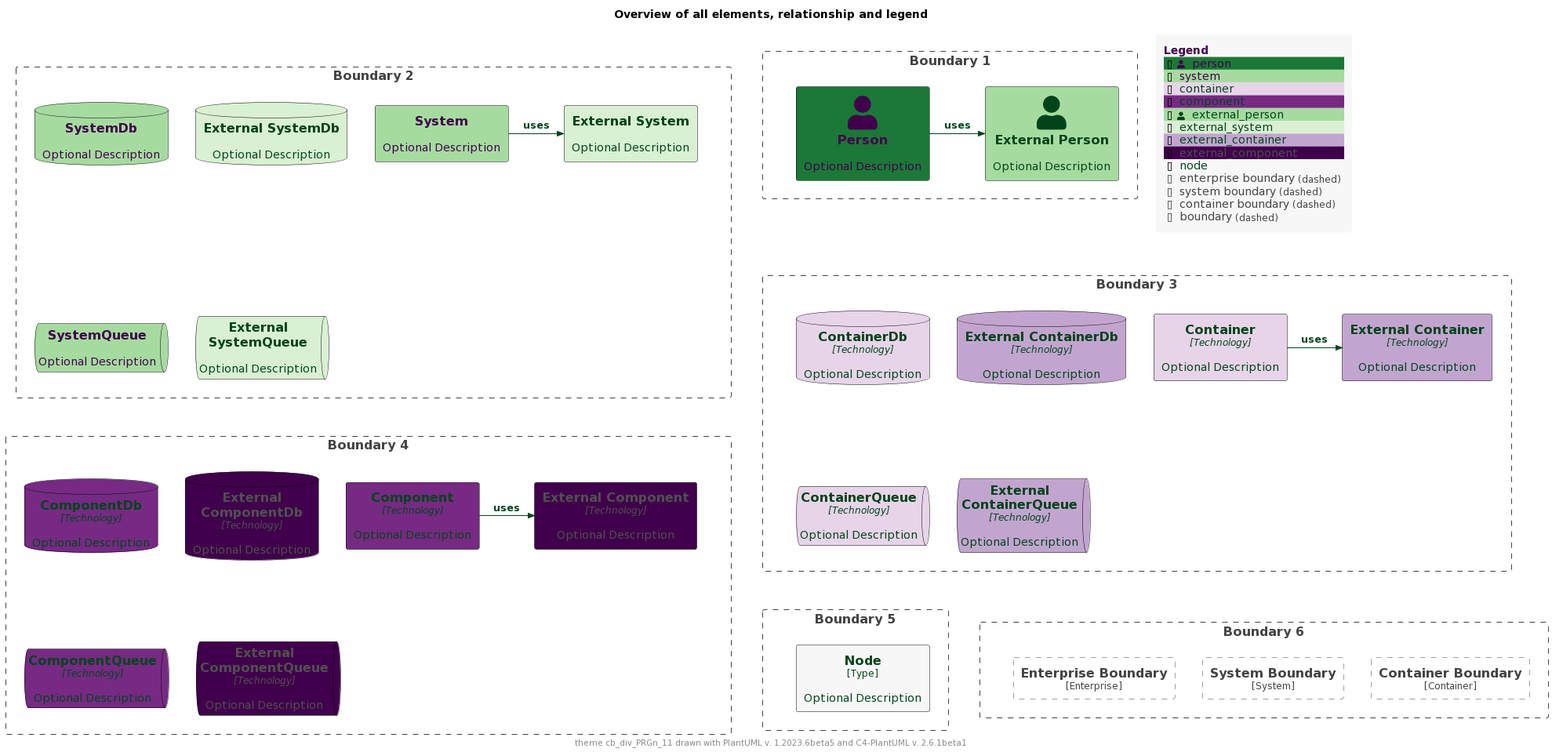
This is palettes/puml-theme-cb_div_PRGn_11-example.png from mweagle/C4-PlantUML-Themes, a PlantUML export, as it was before one commit.
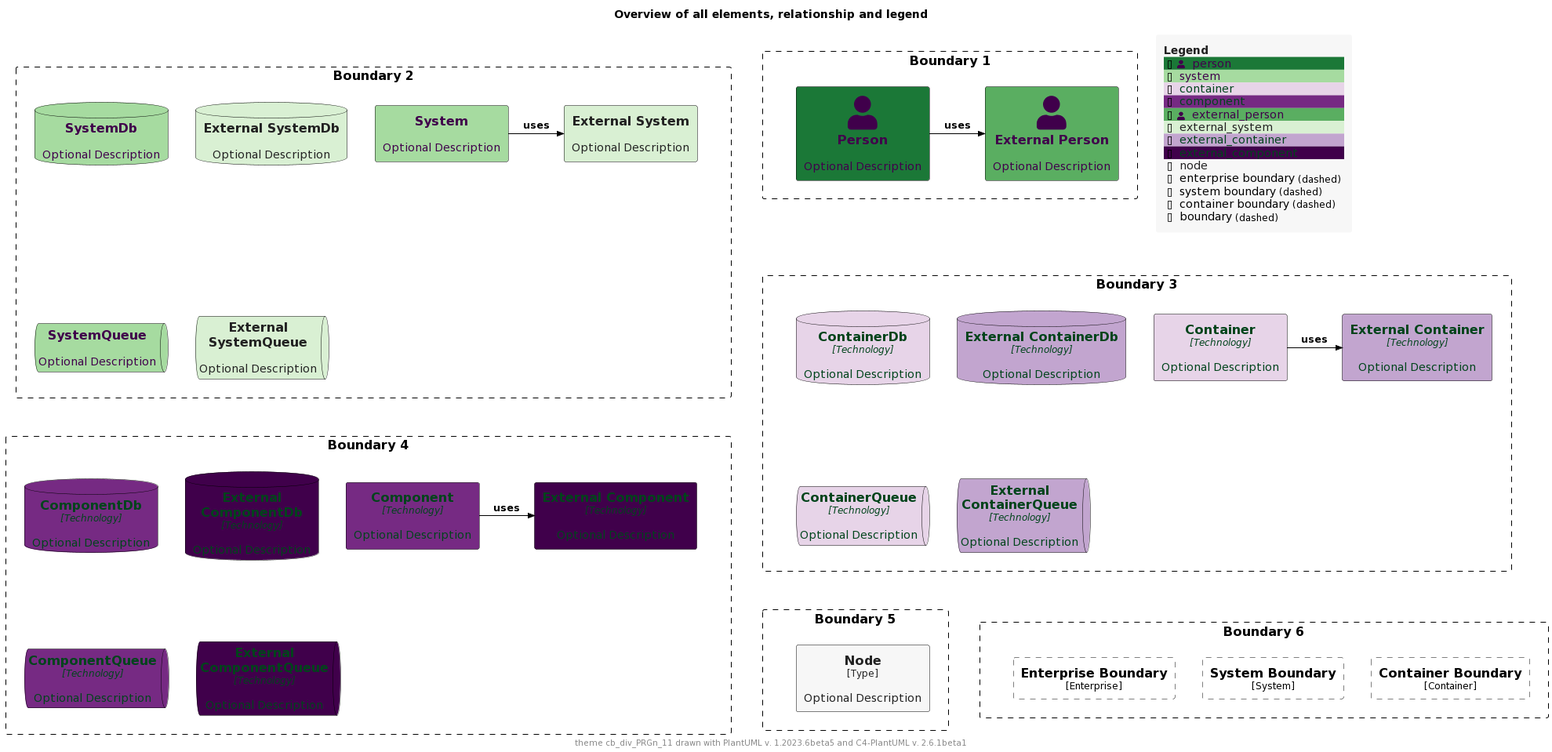
The same diagram one commit later.

The edit, as a diff of the source:
```diff
@@ -2,16 +2,16 @@
 !$THEME = "cb_div_PRGn_11"
 
 !function $textcolor($bgColor)
-!if $bgcolor == $COLOR_INDEX_4 || $bgcolor == $COLOR_INDEX_5
+!if $bgColor == $COLOR_INDEX_0 || $bgColor == $COLOR_INDEX_1 || $bgColor == $COLOR_INDEX_2 || $bgColor == $COLOR_INDEX_3 || $bgColor == $COLOR_INDEX_4
+!return $COLOR_INDEX_10
+!elseif $bgColor == $COLOR_INDEX_7 || $bgColor == $COLOR_INDEX_8 || $bgColor == $COLOR_INDEX_9 || $bgColor == $COLOR_INDEX_10
+!return $COLOR_INDEX_0
+!elseif %is_light($bgColor)
+!return "#222222"
+!elseif %is_dark($bgColor)
+!return "#dddddd"
+!else
 !return $COLOR_TEXT_FALLBACK_COLOR
-!elseif $bgColor == $COLOR_INDEX_10
-!return $COLOR_TEXT_FALLBACK_COLOR
-!elseif $bgColor == $COLOR_INDEX_0
-!return $COLOR_TEXT_FALLBACK_COLOR
-!elseif %is_light($bgColor)
-!return $COLOR_TEXT_DARK
-!else
-!return $COLOR_TEXT_LIGHT
 !endif
 !endfunction
 
@@ -28,42 +28,40 @@
 !$COLOR_INDEX_10="#00441B"
 !$COLOR_BORDER_COLOR="#000000"
 
-!$COLOR_REL_COLOR="#00441B"
-
 !$COLOR_TEXT_LIGHT=$COLOR_INDEX_0
 !$COLOR_TEXT_DARK=$COLOR_INDEX_10
 !$COLOR_TEXT_NEUTRAL=$textcolor($COLOR_INDEX_5)
-!$COLOR_REL_COLOR=$textcolor($COLOR_INDEX_0)
+!$COLOR_REL_COLOR=$textcolor($COLOR_INDEX_10)
 
-!$COLOR_TEXT_FALLBACK_COLOR ?= "#505050"
+!$COLOR_TEXT_FALLBACK_COLOR ?= "#000000"
 
 !$STEREOTYPE_FONT_SIZE ?= 12
 !$TECHN_FONT_SIZE ?= 12
 
-!$ELEMENT_FONT_COLOR ?= $COLOR_TEXT_NEUTRAL
+!$ELEMENT_FONT_COLOR ?= $COLOR_TEXT_FALLBACK_COLOR
 
-!$ARROW_COLOR ?= $COLOR_TEXT_NEUTRAL
-!$ARROW_FONT_COLOR ?= $COLOR_TEXT_NEUTRAL
+!$ARROW_COLOR ?= $COLOR_TEXT_FALLBACK_COLOR
+!$ARROW_FONT_COLOR ?= $COLOR_TEXT_FALLBACK_COLOR
 !$ARROW_FONT_SIZE ?= 12
 
-!$BOUNDARY_COLOR ?= "#444444"
+!$BOUNDARY_COLOR ?= $COLOR_BORDER_COLOR
 !$BOUNDARY_BG_COLOR ?= "transparent"
 !$BOUNDARY_BORDER_STYLE ?= "dashed"
 
-!$PERSON_FONT_COLOR ?= $textcolor($COLOR_INDEX_9)
 !$PERSON_BG_COLOR ?= $COLOR_INDEX_9
+!$PERSON_FONT_COLOR ?= $textcolor($PERSON_BG_COLOR)
 !$PERSON_BORDER_COLOR ?= $COLOR_BORDER_COLOR
 
-!$EXTERNAL_PERSON_FONT_COLOR ?= $textcolor($COLOR_INDEX_7)
-!$EXTERNAL_PERSON_BG_COLOR ?= $COLOR_INDEX_7
+!$EXTERNAL_PERSON_BG_COLOR ?= $COLOR_INDEX_8
+!$EXTERNAL_PERSON_FONT_COLOR ?= $textcolor($EXTERNAL_PERSON_BG_COLOR)
 !$EXTERNAL_PERSON_BORDER_COLOR ?= $COLOR_BORDER_COLOR
 
-!$SYSTEM_FONT_COLOR ?= $COLOR_TEXT_LIGHT
 !$SYSTEM_BG_COLOR ?= $COLOR_INDEX_7
+!$SYSTEM_FONT_COLOR ?= $textcolor($SYSTEM_BG_COLOR)
 !$SYSTEM_BORDER_COLOR ?= $COLOR_BORDER_COLOR
 
-!$EXTERNAL_SYSTEM_FONT_COLOR ?= $textcolor($COLOR_INDEX_6)
 !$EXTERNAL_SYSTEM_BG_COLOR ?= $COLOR_INDEX_6
+!$EXTERNAL_SYSTEM_FONT_COLOR ?= $textcolor($EXTERNAL_SYSTEM_BG_COLOR)
 !$EXTERNAL_SYSTEM_BORDER_COLOR ?= $COLOR_BORDER_COLOR
 
 !$SYSTEM_BOUNDARY_COLOR ?= $BOUNDARY_COLOR
@@ -74,31 +72,31 @@
 !$ENTERPRISE_BOUNDARY_BG_COLOR ?= $BOUNDARY_BG_COLOR
 !$ENTERPRISE_BOUNDARY_BORDER_STYLE ?= $BOUNDARY_BORDER_STYLE
 
-!$CONTAINER_FONT_COLOR ?= $COLOR_TEXT_DARK
 !$CONTAINER_BG_COLOR ?= $COLOR_INDEX_4
+!$CONTAINER_FONT_COLOR ?= $textcolor($CONTAINER_BG_COLOR)
 !$CONTAINER_BORDER_COLOR ?= $COLOR_BORDER_COLOR
 
-!$EXTERNAL_CONTAINER_FONT_COLOR ?= $textcolor($COLOR_INDEX_3)
 !$EXTERNAL_CONTAINER_BG_COLOR ?= $COLOR_INDEX_3
+!$EXTERNAL_CONTAINER_FONT_COLOR ?= $textcolor($EXTERNAL_CONTAINER_BG_COLOR)
 !$EXTERNAL_CONTAINER_BORDER_COLOR ?= $COLOR_BORDER_COLOR
 
 !$CONTAINER_BOUNDARY_COLOR ?= $BOUNDARY_COLOR
 !$CONTAINER_BOUNDARY_BG_COLOR ?= $BOUNDARY_BG_COLOR
 !$CONTAINER_BOUNDARY_BORDER_STYLE ?= $BOUNDARY_BORDER_STYLE
 
-!$COMPONENT_FONT_COLOR ?= $COLOR_TEXT_DARK
 !$COMPONENT_BG_COLOR ?= $COLOR_INDEX_1
+!$COMPONENT_FONT_COLOR ?= $textcolor($COMPONENT_BG_COLOR)
 !$COMPONENT_BORDER_COLOR ?= $COLOR_BORDER_COLOR
 
-!$EXTERNAL_COMPONENT_FONT_COLOR ?= $textcolor($COLOR_INDEX_0)
 !$EXTERNAL_COMPONENT_BG_COLOR ?= $COLOR_INDEX_0
+!$EXTERNAL_COMPONENT_FONT_COLOR ?= $textcolor($EXTERNAL_COMPONENT_BG_COLOR)
 !$EXTERNAL_COMPONENT_BORDER_COLOR ?= $COLOR_BORDER_COLOR
 
-!$NODE_FONT_COLOR ?= $textcolor($COLOR_INDEX_5)
 !$NODE_BG_COLOR ?= $COLOR_INDEX_5
+!$NODE_FONT_COLOR ?= $textcolor($NODE_BG_COLOR)
 !$NODE_BORDER_COLOR ?= $COLOR_BORDER_COLOR
 
-!$LEGEND_TITLE_COLOR ?= $COLOR_INDEX_0
+!$LEGEND_TITLE_COLOR ?= $textcolor($COLOR_INDEX_5)
 !$LEGEND_FONT_COLOR ?= $textcolor($COLOR_INDEX_5)
 !$LEGEND_BG_COLOR ?= $COLOR_INDEX_5
 !$LEGEND_BORDER_COLOR ?= $COLOR_INDEX_5
@@ -125,8 +123,8 @@
 !$LEGEND_DASHED_TRANSPARENT_BOUNDARY ?= "dashed"
 
 !$SKETCH_BG_COLOR ?= "transparent"
-!$SKETCH_FONT_COLOR ?= $COLOR_INDEX_NEUTRAL
-!$SKETCH_WARNING_COLOR ?= $COLOR_INDEX_10
+!$SKETCH_FONT_COLOR ?= $COLOR_INDEX_10
+!$SKETCH_WARNING_COLOR ?= $COLOR_INDEX_0
 
 !$SKETCH_FONT_NAME ?= "Gochi Hand"
 
@@ -135,5 +133,84 @@
 
 !$ROUNDED_BOX_SIZE ?= 25
 !$EIGHT_SIDED_SIZE ?= 18
-!include https://raw.githubusercontent.com/plantuml-stdlib/C4-PlantUML/master/percy/TestAllElementsWithLegend.puml
+
+
+!if %variable_exists("RELATIVE_INCLUDE")
+  !include %get_variable_value("RELATIVE_INCLUDE")/C4_Component.puml
+  !include %get_variable_value("RELATIVE_INCLUDE")/C4_Deployment.puml
+!else
+  !include https://raw.githubusercontent.com/plantuml-stdlib/C4-PlantUML/master/C4_Component.puml
+  !include https://raw.githubusercontent.com/plantuml-stdlib/C4-PlantUML/master/C4_Deployment.puml
+!endif
+
+SetDefaultLegendEntries("person\nsystem\ncontainer\ncomponent\nexternal_person\nexternal_system\nexternal_container\nexternal_component\nnode\nenterprise_boundary\nsystem_boundary\ncontainer_boundary\nboundary")
+
+title Overview of all elements, relationship and legend
+
+footer theme $THEME drawn with PlantUML v. %version() and C4-PlantUML v. C4Version()
+
+Boundary(b2, "Boundary 2") {
+  System(system, "System", "Optional Description")
+  System_Ext(externalSystem, "External System", "Optional Description")
+  Rel_R(system, externalSystem, "uses")
+
+  SystemDb(systemDb, "SystemDb", "Optional Description")
+  SystemDb_Ext(externalSystemDb, "External SystemDb", "Optional Description")
+  SystemQueue(systemQueue, "SystemQueue", "Optional Description")
+  SystemQueue_Ext(externalSystemQueue, "External SystemQueue", "Optional Description")
+}
+
+Boundary(b1, "Boundary 1") {
+  Person(person, "Person", "Optional Description")
+  Person_Ext(externalPerson, "External Person", "Optional Description")
+  Rel_R(person, externalPerson, "uses")
+}
+
+Boundary(b3, "Boundary 3") {
+  Container(container, "Container", "Technology", "Optional Description")
+  Container_Ext(externalContainer, "External Container", "Technology", "Optional Description")
+  Rel_R(container, externalContainer, "uses")
+
+  ContainerDb(containerDb, "ContainerDb", "Technology", "Optional Description")
+  ContainerDb_Ext(externalContainerDb, "External ContainerDb", "Technology", "Optional Description")
+  ContainerQueue(containerQueue, "ContainerQueue", "Technology", "Optional Description")
+  ContainerQueue_Ext(externalContainerQueue, "External ContainerQueue", "Technology", "Optional Description")
+}
+
+Boundary(b4, "Boundary 4") {
+  Component(component, "Component", "Technology", "Optional Description")
+  Component_Ext(externalComponent, "External Component", "Technology", "Optional Description")
+  Rel_R(component, externalComponent, "uses")
+
+  ComponentDb(componentDb, "ComponentDb", "Technology", "Optional Description")
+  ComponentDb_Ext(externalComponentDb, "External ComponentDb", "Technology", "Optional Description")
+  ComponentQueue(componentQueue, "ComponentQueue", "Technology", "Optional Description")
+  ComponentQueue_Ext(externalComponentQueue, "External ComponentQueue", "Technology", "Optional Description")
+}
+
+Boundary(b5, "Boundary 5") {
+  Node(node, "Node", "Type", "Optional Description")
+}
+
+Boundary(b6, "Boundary 6") {
+  Enterprise_Boundary(eb, "Enterprise Boundary") {
+  }
+
+  System_Boundary(sb, "System Boundary") {
+  }
+
+  Container_Boundary(cb, "Container Boundary") {
+  }
+
+  Lay_R(eb,sb)
+  Lay_R(sb,cb)
+}
+
+Lay_D(b2,b3)
+Lay_R(b2,b1)
+Lay_D(b3,b4)
+Lay_D(b4,b5)
+Lay_R(b5,b6)
+
+SHOW_FLOATING_LEGEND()
 @enduml
```
